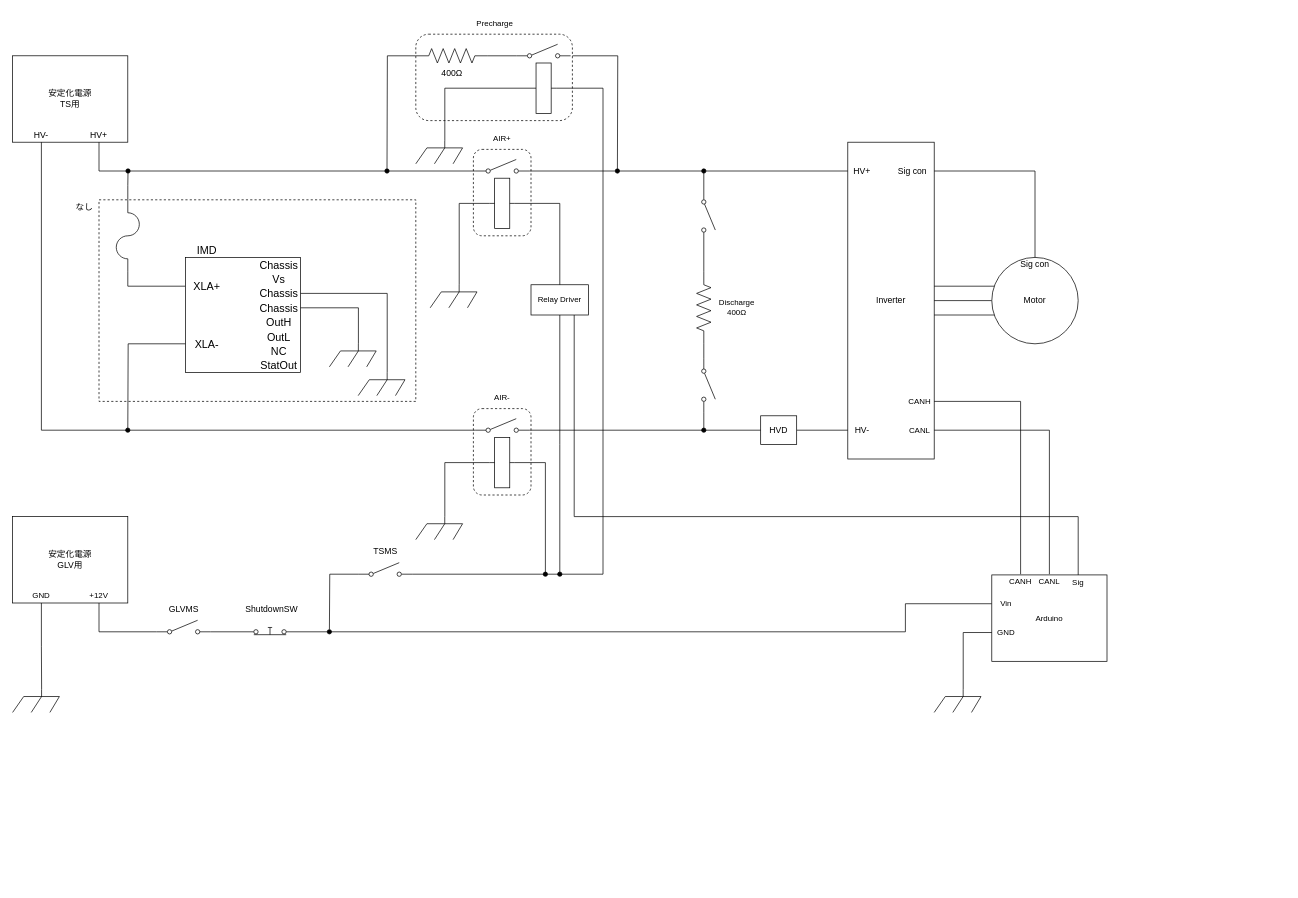
ST04-tkmr/drawio_Schematics keeps this draw.io diagram as page "InverterTestCircuit" (6 of 6) of EVCircuit.drawio. Above is the earlier version. Source tidied: cells renumbered, new cells numbered last; positions are measured from the earlier drawing's top-left corner, leaving out a move shared by most shapes. Both pictures are drawn from the tidied source at 72%, with x=0, y=0 at pixel (12, 12).
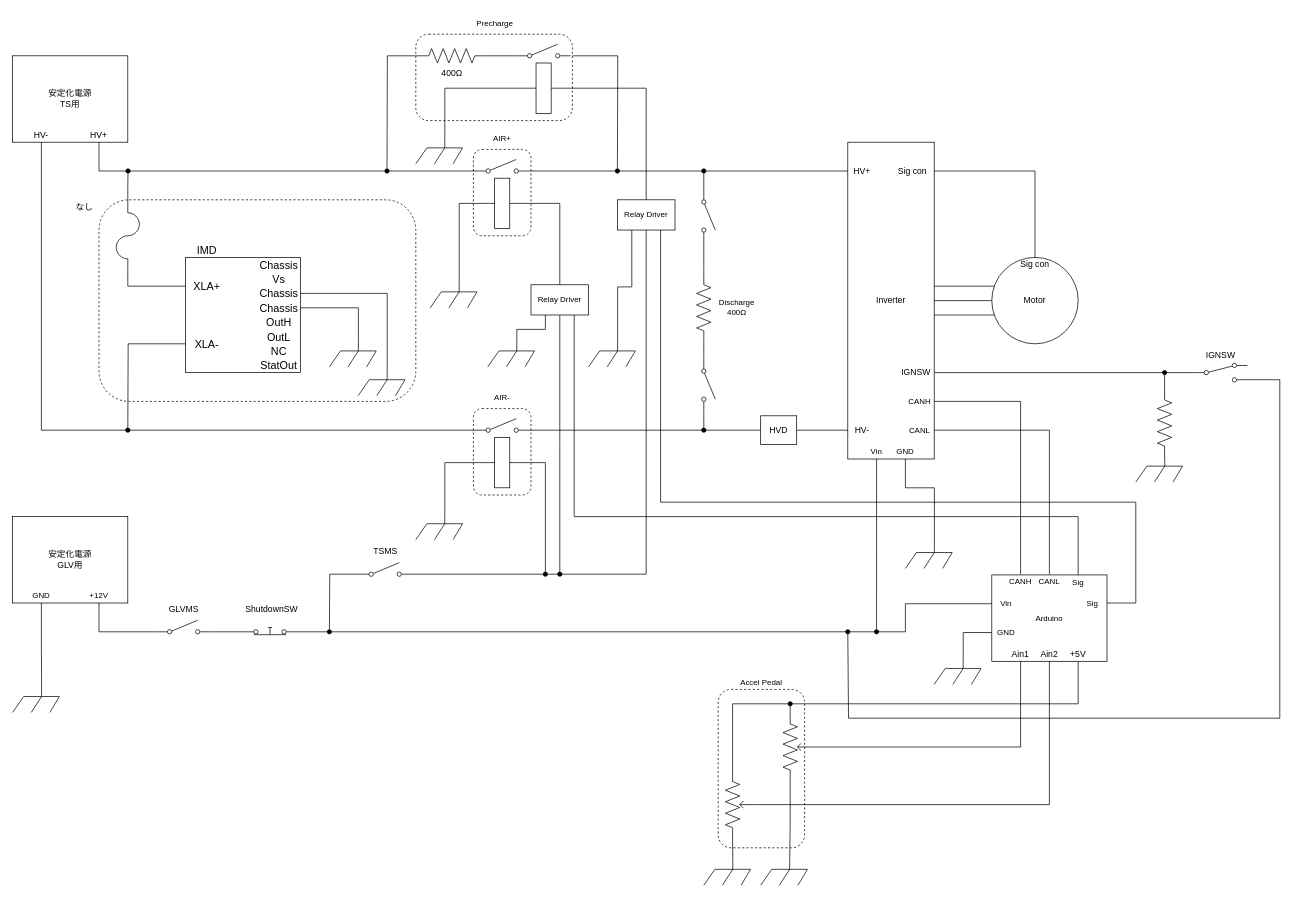
Above is the later version.

Commit message:
EVCircuit.drawio を更新します

The change refers to these unchanged cells:
```xml
<mxCell id="39" style="verticalLabelPosition=bottom;shadow=0;dashed=0;align=center;html=1;verticalAlign=top;shape=mxgraph.electrical.electro-mechanical.relay_coil;direction=south;" parent="34" vertex="1">
  <mxGeometry x="160" y="70" width="35" height="70" as="geometry" />
</mxCell>
<mxCell id="103" value="Relay Driver" style="rounded=0;whiteSpace=wrap;html=1;fontFamily=Helvetica;fontSize=11;fontColor=default;" parent="1" vertex="1">
  <mxGeometry x="720" y="378" width="80" height="42" as="geometry" />
</mxCell>
```

What changed in the source:
```diff
@@
-    <mxCell id="2" style="rounded=0;whiteSpace=wrap;html=1;dashed=1;fillColor=none;" parent="1" vertex="1">
-      <mxGeometry x="120" y="260" width="440" height="280" as="geometry" />
-    </mxCell>
@@
     <mxCell id="101" style="verticalLabelPosition=bottom;shadow=0;dashed=0;align=center;html=1;verticalAlign=top;shape=mxgraph.electrical.miscellaneous.chassis;fontFamily=Helvetica;fontSize=11;fontColor=default;" parent="1" vertex="1">
-      <mxGeometry x="1280" y="940" width="65" height="32" as="geometry" />
+      <mxGeometry x="1280" y="901" width="65" height="32" as="geometry" />
     </mxCell>
@@
-    <mxCell id="104" style="edgeStyle=orthogonalEdgeStyle;rounded=0;jettySize=auto;html=1;exitX=0.5;exitY=0;exitDx=0;exitDy=0;exitPerimeter=0;endArrow=oval;endFill=1;" parent="1" edge="1" source="39">
+    <mxCell id="104" style="edgeStyle=orthogonalEdgeStyle;rounded=0;jettySize=auto;html=1;endArrow=oval;endFill=1;exitX=0.5;exitY=1;exitDx=0;exitDy=0;" parent="1" edge="1" source="111">
       <mxGeometry relative="1" as="geometry">
         <mxPoint x="740" y="780" as="targetPoint" />
         <Array as="points">
-          <mxPoint x="820" y="105" />
-          <mxPoint x="820" y="780" />
+          <mxPoint x="880" y="780" />
         </Array>
       </mxGeometry>
     </mxCell>
@@
+    <mxCell id="110" style="edgeStyle=orthogonalEdgeStyle;rounded=0;jettySize=auto;html=1;exitX=0.5;exitY=0;exitDx=0;exitDy=0;entryX=0.5;entryY=0;entryDx=0;entryDy=0;entryPerimeter=0;endArrow=none;endFill=0;" parent="1" edge="1" source="111" target="39">
+      <mxGeometry relative="1" as="geometry" />
+    </mxCell>
+    <mxCell id="111" value="Relay Driver" style="rounded=0;whiteSpace=wrap;html=1;fontFamily=Helvetica;fontSize=11;fontColor=default;" parent="1" vertex="1">
+      <mxGeometry x="840" y="260" width="80" height="42" as="geometry" />
+    </mxCell>
+    <mxCell id="112" style="edgeStyle=orthogonalEdgeStyle;rounded=0;jettySize=auto;html=1;exitX=0.62;exitY=0;exitDx=0;exitDy=0;exitPerimeter=0;entryX=0.25;entryY=1;entryDx=0;entryDy=0;endArrow=none;endFill=0;" parent="1" edge="1" source="113" target="103">
+      <mxGeometry relative="1" as="geometry" />
+    </mxCell>
+    <mxCell id="113" style="verticalLabelPosition=bottom;shadow=0;dashed=0;align=center;html=1;verticalAlign=top;shape=mxgraph.electrical.miscellaneous.chassis;fontFamily=Helvetica;fontSize=11;fontColor=default;" parent="1" vertex="1">
+      <mxGeometry x="660" y="460" width="65" height="32" as="geometry" />
+    </mxCell>
+    <mxCell id="114" style="edgeStyle=orthogonalEdgeStyle;rounded=0;jettySize=auto;html=1;exitX=0.5;exitY=1;exitDx=0;exitDy=0;endArrow=oval;endFill=1;" parent="1" edge="1" source="115">
+      <mxGeometry relative="1" as="geometry">
+        <mxPoint x="1199.9" y="860" as="targetPoint" />
+      </mxGeometry>
+    </mxCell>
+    <mxCell id="115" value="Vin" style="text;strokeColor=none;align=center;fillColor=none;html=1;verticalAlign=middle;whiteSpace=wrap;rounded=0;fontSize=11;fontFamily=Helvetica;fontColor=default;" parent="1" vertex="1">
+      <mxGeometry x="1180" y="600" width="40" height="20" as="geometry" />
+    </mxCell>
+    <mxCell id="116" style="edgeStyle=orthogonalEdgeStyle;rounded=0;jettySize=auto;html=1;exitX=0.5;exitY=1;exitDx=0;exitDy=0;endArrow=none;endFill=0;entryX=0.62;entryY=0;entryDx=0;entryDy=0;entryPerimeter=0;" parent="1" edge="1" source="117" target="118">
+      <mxGeometry relative="1" as="geometry">
+        <Array as="points">
+          <mxPoint x="1240" y="660" />
+          <mxPoint x="1280" y="660" />
+        </Array>
+      </mxGeometry>
+    </mxCell>
+    <mxCell id="117" value="GND" style="text;strokeColor=none;align=center;fillColor=none;html=1;verticalAlign=middle;whiteSpace=wrap;rounded=0;fontSize=11;fontFamily=Helvetica;fontColor=default;" parent="1" vertex="1">
+      <mxGeometry x="1220" y="600" width="40" height="20" as="geometry" />
+    </mxCell>
+    <mxCell id="118" style="verticalLabelPosition=bottom;shadow=0;dashed=0;align=center;html=1;verticalAlign=top;shape=mxgraph.electrical.miscellaneous.chassis;fontFamily=Helvetica;fontSize=11;fontColor=default;" parent="1" vertex="1">
+      <mxGeometry x="1240" y="740" width="65" height="32" as="geometry" />
+    </mxCell>
+    <mxCell id="119" style="edgeStyle=orthogonalEdgeStyle;rounded=0;jettySize=auto;html=1;exitX=1;exitY=0.5;exitDx=0;exitDy=0;entryX=0;entryY=0.5;entryDx=0;entryDy=0;endArrow=none;endFill=0;" parent="1" edge="1" source="120" target="125">
+      <mxGeometry relative="1" as="geometry" />
+    </mxCell>
+    <mxCell id="120" value="IGNSW" style="text;strokeColor=none;align=center;fillColor=none;html=1;verticalAlign=middle;whiteSpace=wrap;rounded=0;" parent="1" vertex="1">
+      <mxGeometry x="1230" y="490" width="50" height="20" as="geometry" />
+    </mxCell>
+    <mxCell id="121" style="edgeStyle=orthogonalEdgeStyle;rounded=0;jettySize=auto;html=1;exitX=0;exitY=0.5;exitDx=0;exitDy=0;exitPerimeter=0;endArrow=oval;endFill=1;" parent="1" edge="1" source="122">
+      <mxGeometry relative="1" as="geometry">
+        <mxPoint x="1600" y="500" as="targetPoint" />
+      </mxGeometry>
+    </mxCell>
+    <mxCell id="122" style="verticalLabelPosition=bottom;shadow=0;dashed=0;align=center;html=1;verticalAlign=top;shape=mxgraph.electrical.resistors.resistor_2;direction=south;" parent="1" vertex="1">
+      <mxGeometry x="1590" y="520" width="20" height="100" as="geometry" />
+    </mxCell>
+    <mxCell id="123" value="IGNSW" style="text;strokeColor=none;align=center;fillColor=none;html=1;verticalAlign=middle;whiteSpace=wrap;rounded=0;" parent="1" vertex="1">
+      <mxGeometry x="1647.5" y="466" width="60" height="20" as="geometry" />
+    </mxCell>
+    <mxCell id="124" style="edgeStyle=orthogonalEdgeStyle;rounded=0;jettySize=auto;html=1;exitX=1;exitY=0.88;exitDx=0;exitDy=0;endArrow=oval;endFill=1;" parent="1" edge="1" source="125">
+      <mxGeometry relative="1" as="geometry">
+        <mxPoint x="1160" y="860" as="targetPoint" />
+        <Array as="points">
+          <mxPoint x="1760" y="510" />
+          <mxPoint x="1760" y="980" />
+          <mxPoint x="1161" y="980" />
+          <mxPoint x="1161" y="860" />
+        </Array>
+      </mxGeometry>
+    </mxCell>
+    <mxCell id="125" style="html=1;shape=mxgraph.electrical.electro-mechanical.twoWaySwitch;elSwitchState=2;" parent="1" vertex="1">
+      <mxGeometry x="1640" y="487" width="75" height="26" as="geometry" />
+    </mxCell>
+    <mxCell id="126" style="edgeStyle=orthogonalEdgeStyle;rounded=0;jettySize=auto;html=1;exitX=0.62;exitY=0;exitDx=0;exitDy=0;exitPerimeter=0;entryX=1;entryY=0.5;entryDx=0;entryDy=0;entryPerimeter=0;endArrow=none;endFill=0;" parent="1" edge="1" source="127" target="122">
+      <mxGeometry relative="1" as="geometry" />
+    </mxCell>
+    <mxCell id="127" style="verticalLabelPosition=bottom;shadow=0;dashed=0;align=center;html=1;verticalAlign=top;shape=mxgraph.electrical.miscellaneous.chassis;fontFamily=Helvetica;fontSize=11;fontColor=default;" parent="1" vertex="1">
+      <mxGeometry x="1560" y="620" width="65" height="32" as="geometry" />
+    </mxCell>
+    <mxCell id="128" style="edgeStyle=orthogonalEdgeStyle;rounded=0;jettySize=auto;html=1;exitX=1;exitY=0.5;exitDx=0;exitDy=0;entryX=0.75;entryY=1;entryDx=0;entryDy=0;endArrow=none;endFill=0;" parent="1" edge="1" source="129" target="111">
+      <mxGeometry relative="1" as="geometry">
+        <Array as="points">
+          <mxPoint x="1560" y="820" />
+          <mxPoint x="1560" y="680" />
+          <mxPoint x="900" y="680" />
+        </Array>
+      </mxGeometry>
+    </mxCell>
+    <mxCell id="129" value="Sig" style="text;strokeColor=none;align=center;fillColor=none;html=1;verticalAlign=middle;whiteSpace=wrap;rounded=0;fontSize=11;fontFamily=Helvetica;fontColor=default;" parent="1" vertex="1">
+      <mxGeometry x="1480" y="810" width="40" height="20" as="geometry" />
+    </mxCell>
+    <mxCell id="130" style="edgeStyle=orthogonalEdgeStyle;rounded=0;jettySize=auto;html=1;exitX=0.62;exitY=0;exitDx=0;exitDy=0;exitPerimeter=0;entryX=0.25;entryY=1;entryDx=0;entryDy=0;endArrow=none;endFill=0;" parent="1" edge="1" source="131" target="111">
+      <mxGeometry relative="1" as="geometry" />
+    </mxCell>
+    <mxCell id="131" style="verticalLabelPosition=bottom;shadow=0;dashed=0;align=center;html=1;verticalAlign=top;shape=mxgraph.electrical.miscellaneous.chassis;fontFamily=Helvetica;fontSize=11;fontColor=default;" parent="1" vertex="1">
+      <mxGeometry x="800" y="460" width="65" height="32" as="geometry" />
+    </mxCell>
+    <mxCell id="132" style="edgeStyle=orthogonalEdgeStyle;rounded=0;jettySize=auto;html=1;exitX=1;exitY=0.25;exitDx=0;exitDy=0;exitPerimeter=0;endArrow=oval;endFill=1;" parent="1" edge="1" source="134">
+      <mxGeometry relative="1" as="geometry">
+        <mxPoint x="1080" y="960" as="targetPoint" />
+        <Array as="points">
+          <mxPoint x="1000" y="960" />
+        </Array>
+      </mxGeometry>
+    </mxCell>
+    <mxCell id="133" style="edgeStyle=orthogonalEdgeStyle;rounded=0;jettySize=auto;html=1;exitX=0;exitY=0.25;exitDx=0;exitDy=0;exitPerimeter=0;entryX=0.62;entryY=0;entryDx=0;entryDy=0;entryPerimeter=0;endArrow=none;endFill=0;" parent="1" edge="1" source="134" target="144">
+      <mxGeometry relative="1" as="geometry" />
+    </mxCell>
+    <mxCell id="134" style="verticalLabelPosition=bottom;shadow=0;dashed=0;align=center;html=1;verticalAlign=top;shape=mxgraph.electrical.resistors.potentiometer_2;direction=north;" parent="1" vertex="1">
+      <mxGeometry x="990" y="1050" width="40" height="100" as="geometry" />
+    </mxCell>
+    <mxCell id="135" style="edgeStyle=orthogonalEdgeStyle;rounded=0;jettySize=auto;html=1;exitX=0.5;exitY=1;exitDx=0;exitDy=0;exitPerimeter=0;entryX=0.5;entryY=1;entryDx=0;entryDy=0;endArrow=none;endFill=0;" parent="1" edge="1" source="138" target="139">
+      <mxGeometry relative="1" as="geometry" />
+    </mxCell>
+    <mxCell id="136" style="edgeStyle=orthogonalEdgeStyle;rounded=0;jettySize=auto;html=1;exitX=1;exitY=0.25;exitDx=0;exitDy=0;exitPerimeter=0;entryX=0.5;entryY=1;entryDx=0;entryDy=0;endArrow=none;endFill=0;" parent="1" edge="1" source="138" target="142">
+      <mxGeometry relative="1" as="geometry">
+        <Array as="points">
+          <mxPoint x="1080" y="960" />
+          <mxPoint x="1480" y="960" />
+        </Array>
+      </mxGeometry>
+    </mxCell>
+    <mxCell id="137" style="edgeStyle=orthogonalEdgeStyle;shape=connector;rounded=0;jettySize=auto;html=1;exitX=0;exitY=0.25;exitDx=0;exitDy=0;exitPerimeter=0;entryX=0.62;entryY=0;entryDx=0;entryDy=0;entryPerimeter=0;labelBackgroundColor=default;strokeColor=default;fontFamily=Helvetica;fontSize=11;fontColor=default;endArrow=none;endFill=0;" parent="1" edge="1" source="138" target="143">
+      <mxGeometry relative="1" as="geometry" />
+    </mxCell>
+    <mxCell id="138" style="verticalLabelPosition=bottom;shadow=0;dashed=0;align=center;html=1;verticalAlign=top;shape=mxgraph.electrical.resistors.potentiometer_2;direction=north;" parent="1" vertex="1">
+      <mxGeometry x="1070" y="970" width="40" height="100" as="geometry" />
+    </mxCell>
+    <mxCell id="139" value="Ain1" style="text;strokeColor=none;align=center;fillColor=none;html=1;verticalAlign=middle;whiteSpace=wrap;rounded=0;" parent="1" vertex="1">
+      <mxGeometry x="1380" y="881" width="40" height="20" as="geometry" />
+    </mxCell>
+    <mxCell id="140" style="edgeStyle=orthogonalEdgeStyle;rounded=0;jettySize=auto;html=1;exitX=0.5;exitY=1;exitDx=0;exitDy=0;entryX=0.5;entryY=1;entryDx=0;entryDy=0;entryPerimeter=0;endArrow=none;endFill=0;" parent="1" edge="1" source="141" target="134">
+      <mxGeometry relative="1" as="geometry" />
+    </mxCell>
+    <mxCell id="141" value="Ain2" style="text;strokeColor=none;align=center;fillColor=none;html=1;verticalAlign=middle;whiteSpace=wrap;rounded=0;" parent="1" vertex="1">
+      <mxGeometry x="1420" y="881" width="40" height="20" as="geometry" />
+    </mxCell>
+    <mxCell id="142" value="+5V" style="text;strokeColor=none;align=center;fillColor=none;html=1;verticalAlign=middle;whiteSpace=wrap;rounded=0;" parent="1" vertex="1">
+      <mxGeometry x="1460" y="881" width="40" height="20" as="geometry" />
+    </mxCell>
+    <mxCell id="143" style="verticalLabelPosition=bottom;shadow=0;dashed=0;align=center;html=1;verticalAlign=top;shape=mxgraph.electrical.miscellaneous.chassis;fontFamily=Helvetica;fontSize=11;fontColor=default;" parent="1" vertex="1">
+      <mxGeometry x="1039" y="1180" width="65" height="32" as="geometry" />
+    </mxCell>
+    <mxCell id="144" style="verticalLabelPosition=bottom;shadow=0;dashed=0;align=center;html=1;verticalAlign=top;shape=mxgraph.electrical.miscellaneous.chassis;fontFamily=Helvetica;fontSize=11;fontColor=default;" parent="1" vertex="1">
+      <mxGeometry x="960" y="1180" width="65" height="32" as="geometry" />
+    </mxCell>
+    <mxCell id="145" value="Accel Pedal" style="text;strokeColor=none;align=center;fillColor=none;html=1;verticalAlign=middle;whiteSpace=wrap;rounded=0;fontSize=11;fontFamily=Helvetica;fontColor=default;" parent="1" vertex="1">
+      <mxGeometry x="1000" y="920" width="80" height="20" as="geometry" />
+    </mxCell>
+    <mxCell id="146" style="rounded=1;whiteSpace=wrap;html=1;fontFamily=Helvetica;fontSize=11;fontColor=default;fillColor=none;dashed=1;" parent="1" vertex="1">
+      <mxGeometry x="980" y="940" width="120" height="220" as="geometry" />
+    </mxCell>
+    <mxCell id="147" style="rounded=1;whiteSpace=wrap;html=1;fontFamily=Helvetica;fontSize=11;fontColor=default;fillColor=none;dashed=1;" parent="1" vertex="1">
+      <mxGeometry x="120" y="260" width="440" height="280" as="geometry" />
+    </mxCell>
```
